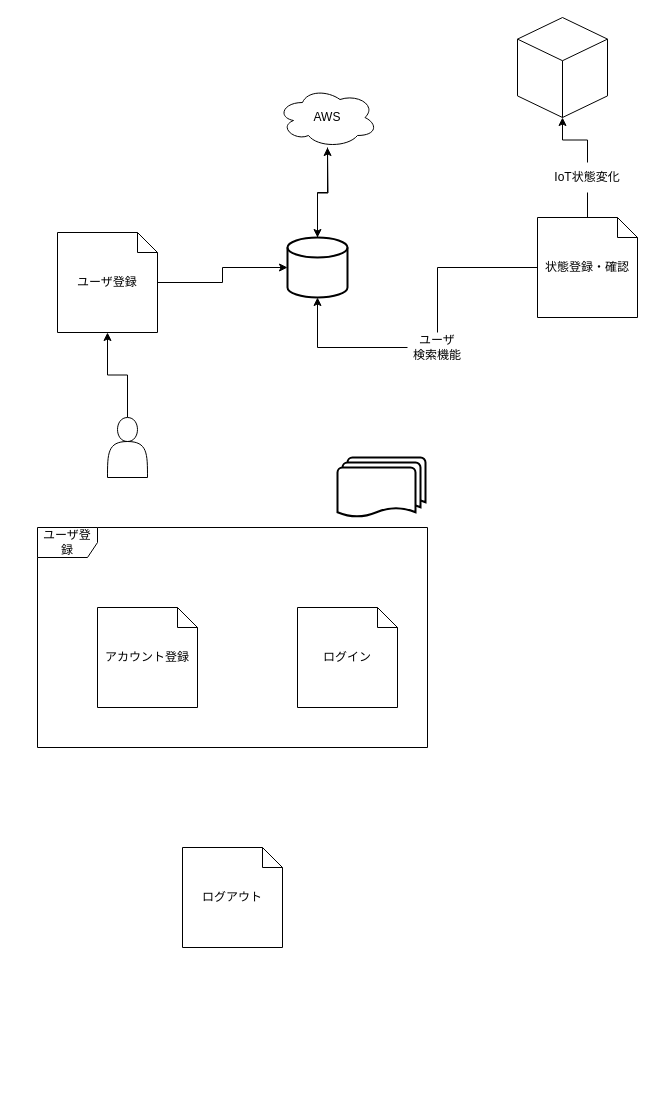
Above: page "画面設計" (2 of 3) of 画面設計.drawio in ringohoka/AnnounceSituation (draw.io), before the change. Source tidied: cells renumbered, new cells numbered last; positions are measured from the earlier drawing's top-left corner, leaving out a move shared by most shapes. Both pictures are drawn from the tidied source at 100%, with x=0, y=0 at pixel (37, 17).
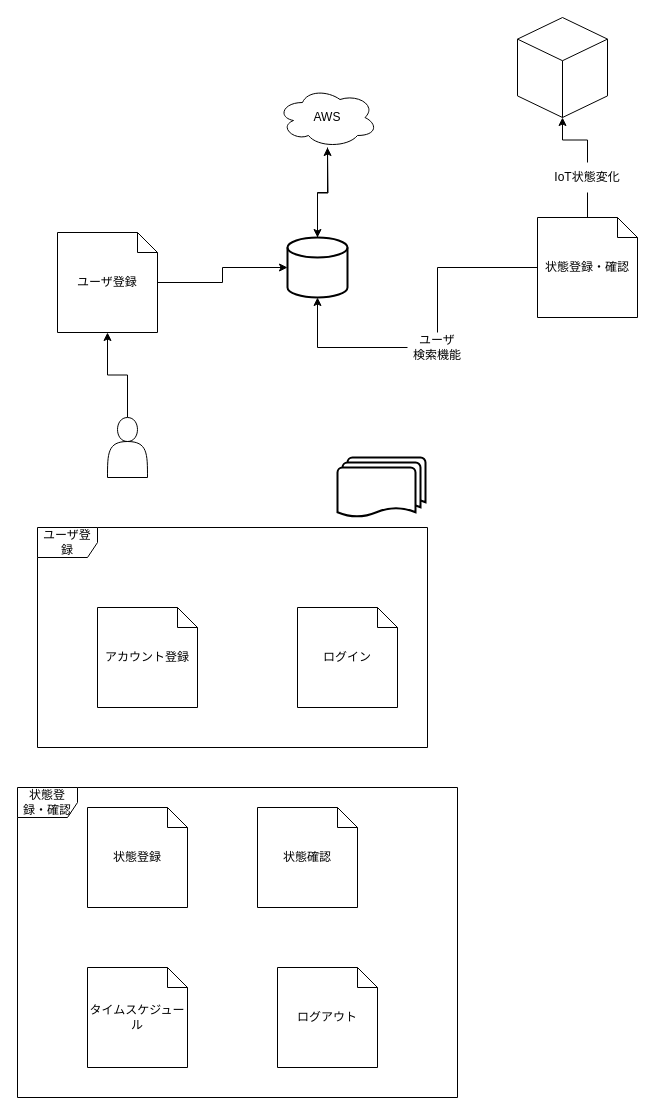
The same page after the edit.

Commit message:
画面設計.drawio を更新します

The edit, as a diff of the source:
```diff
@@
     <mxCell id="18" value="ログアウト" style="shape=note;size=20;whiteSpace=wrap;html=1;" parent="1" vertex="1">
-      <mxGeometry x="145" y="830" width="100" height="100" as="geometry" />
+      <mxGeometry x="240" y="950" width="100" height="100" as="geometry" />
     </mxCell>
@@
+    <mxCell id="23" value="タイムスケジュール" style="shape=note;size=20;whiteSpace=wrap;html=1;" parent="1" vertex="1">
+      <mxGeometry x="50" y="950" width="100" height="100" as="geometry" />
+    </mxCell>
+    <mxCell id="24" value="状態登録" style="shape=note;size=20;whiteSpace=wrap;html=1;" parent="1" vertex="1">
+      <mxGeometry x="50" y="790" width="100" height="100" as="geometry" />
+    </mxCell>
+    <mxCell id="25" value="状態確認" style="shape=note;size=20;whiteSpace=wrap;html=1;" parent="1" vertex="1">
+      <mxGeometry x="220" y="790" width="100" height="100" as="geometry" />
+    </mxCell>
+    <mxCell id="26" value="状態登録・確認" style="shape=umlFrame;whiteSpace=wrap;html=1;" parent="1" vertex="1">
+      <mxGeometry x="-20" y="770" width="440" height="310" as="geometry" />
+    </mxCell>
```
